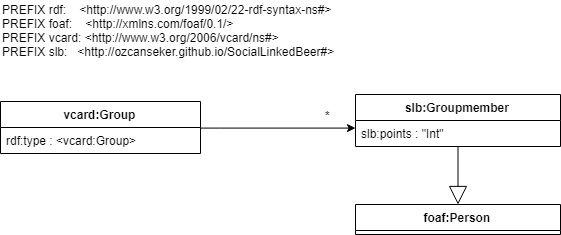
Earlier version of the draw.io export docs/images/groupindexchecking.png (ozcanseker/Social-linked-beer). Source tidied: cells renumbered, new cells last; positions are measured from the earlier drawing's top-left corner, leaving out a move shared by most shapes.
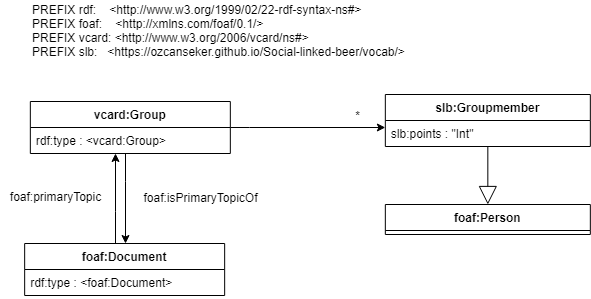
After the commit.

The edit, as a diff of the source:
```diff
@@ -2,37 +2,65 @@
   <root>
     <mxCell id="0" />
     <mxCell id="1" parent="0" />
-    <mxCell id="2" value="PREFIX rdf:&amp;nbsp; &amp;nbsp; &amp;lt;http://www.w3.org/1999/02/22-rdf-syntax-ns#&amp;gt; &lt;br&gt;PREFIX foaf:&amp;nbsp; &amp;nbsp; &amp;lt;http://xmlns.com/foaf/0.1/&amp;gt;&amp;nbsp;&lt;br&gt;PREFIX vcard: &amp;lt;http://www.w3.org/2006/vcard/ns#&amp;gt;&lt;br&gt;PREFIX slb:&amp;nbsp; &amp;nbsp;&amp;lt;http://ozcanseker.github.io/SocialLinkedBeer#&amp;gt;" style="text;html=1;align=left;verticalAlign=middle;" parent="1" vertex="1">
-      <mxGeometry width="350" height="60" as="geometry" />
+    <mxCell id="2" value="PREFIX rdf:&amp;nbsp; &amp;nbsp; &amp;lt;http://www.w3.org/1999/02/22-rdf-syntax-ns#&amp;gt; &lt;br&gt;PREFIX foaf:&amp;nbsp; &amp;nbsp; &amp;lt;http://xmlns.com/foaf/0.1/&amp;gt;&amp;nbsp;&lt;br&gt;PREFIX vcard: &amp;lt;http://www.w3.org/2006/vcard/ns#&amp;gt;&lt;br&gt;PREFIX slb:&amp;nbsp; &amp;nbsp;&amp;lt;https://ozcanseker.github.io/Social-linked-beer/vocab/&amp;gt;" style="text;html=1;align=left;verticalAlign=middle;" parent="1" vertex="1">
+      <mxGeometry x="-45.2" y="-46" width="390" height="60" as="geometry" />
     </mxCell>
-    <mxCell id="3" style="edgeStyle=orthogonalEdgeStyle;rounded=0;jettySize=auto;html=1;" parent="1" edge="1" source="4" target="8">
+    <mxCell id="3" style="edgeStyle=orthogonalEdgeStyle;rounded=0;jettySize=auto;html=1;" parent="1" edge="1" source="5" target="9">
       <mxGeometry relative="1" as="geometry">
         <Array as="points">
-          <mxPoint x="220" y="127" />
-          <mxPoint x="220" y="127" />
+          <mxPoint x="174.8" y="81" />
+          <mxPoint x="174.8" y="81" />
         </Array>
       </mxGeometry>
     </mxCell>
-    <mxCell id="4" value="vcard:Group" style="swimlane;fontStyle=1;align=center;verticalAlign=top;horizontal=1;startSize=26;" parent="1" vertex="1">
-      <mxGeometry y="101" width="200" height="52" as="geometry" />
+    <mxCell id="4" style="edgeStyle=orthogonalEdgeStyle;rounded=0;jettySize=auto;html=1;" parent="1" edge="1" source="5" target="13">
+      <mxGeometry relative="1" as="geometry">
+        <Array as="points">
+          <mxPoint x="49" y="134" />
+          <mxPoint x="49" y="134" />
+        </Array>
+      </mxGeometry>
     </mxCell>
-    <mxCell id="5" value="rdf:type : &lt;vcard:Group&gt; &#10; " style="text;strokeColor=none;fillColor=none;align=left;verticalAlign=top;spacingLeft=4;spacingRight=4;overflow=hidden;points=[[0,0.5],[1,0.5]];portConstraint=eastwest;" parent="4" vertex="1">
-      <mxGeometry y="26" width="200" height="26" as="geometry" />
+    <mxCell id="5" value="vcard:Group" style="swimlane;fontStyle=1;align=center;verticalAlign=top;horizontal=1;startSize=26;" parent="1" vertex="1">
+      <mxGeometry x="-45.2" y="55" width="200" height="52" as="geometry" />
     </mxCell>
-    <mxCell id="6" value="foaf:Person" style="swimlane;fontStyle=1;align=center;verticalAlign=top;horizontal=1;startSize=26;" parent="1" vertex="1">
-      <mxGeometry x="355" y="204" width="205" height="30" as="geometry" />
+    <mxCell id="6" value="rdf:type : &lt;vcard:Group&gt; &#10; " style="text;strokeColor=none;fillColor=none;align=left;verticalAlign=top;spacingLeft=4;spacingRight=4;overflow=hidden;points=[[0,0.5],[1,0.5]];portConstraint=eastwest;" parent="5" vertex="1">
+      <mxGeometry y="26" width="200" height="26" as="geometry" />
     </mxCell>
-    <mxCell id="7" value="*" style="text;html=1;align=center;verticalAlign=middle;points=[];" parent="1" vertex="1">
-      <mxGeometry x="317.3" y="105" width="20" height="20" as="geometry" />
+    <mxCell id="7" value="foaf:Person" style="swimlane;fontStyle=1;align=center;verticalAlign=top;horizontal=1;startSize=26;" parent="1" vertex="1">
+      <mxGeometry x="309.8" y="158" width="205" height="30" as="geometry" />
     </mxCell>
-    <mxCell id="8" value="slb:Groupmember" style="swimlane;fontStyle=1;align=center;verticalAlign=top;horizontal=1;startSize=26;" parent="1" vertex="1">
-      <mxGeometry x="355" y="94" width="205" height="52" as="geometry" />
+    <mxCell id="8" value="*" style="text;html=1;align=center;verticalAlign=middle;points=[];" parent="1" vertex="1">
+      <mxGeometry x="272.2" y="59" width="20" height="20" as="geometry" />
     </mxCell>
-    <mxCell id="9" value="slb:points : &quot;Int&quot; &#10; " style="text;strokeColor=none;fillColor=none;align=left;verticalAlign=top;spacingLeft=4;spacingRight=4;overflow=hidden;points=[[0,0.5],[1,0.5]];portConstraint=eastwest;" parent="8" vertex="1">
-      <mxGeometry y="26" width="205" height="26" as="geometry" />
+    <mxCell id="9" value="slb:Groupmember" style="swimlane;fontStyle=1;align=center;verticalAlign=top;horizontal=1;startSize=26;" parent="1" vertex="1">
+      <mxGeometry x="309.8" y="48" width="205" height="52" as="geometry" />
     </mxCell>
-    <mxCell id="10" style="endArrow=block;endSize=16;endFill=0;html=1;targetPerimeterSpacing=16;sourcePerimeterSpacing=0;entryX=0.5;entryY=0;entryDx=0;entryDy=0;startSize=0;" parent="1" edge="1" source="8" target="6">
-      <mxGeometry relative="1" as="geometry" />
+    <mxCell id="10" value="slb:points : &quot;Int&quot; &#10; " style="text;strokeColor=none;fillColor=none;align=left;verticalAlign=top;spacingLeft=4;spacingRight=4;overflow=hidden;" parent="9" vertex="1">
+      <mxGeometry y="26" width="205" height="26" as="geometry" />
     </mxCell>
+    <mxCell id="11" style="endArrow=block;endSize=16;endFill=0;html=1;targetPerimeterSpacing=16;sourcePerimeterSpacing=0;entryX=0.5;entryY=0;entryDx=0;entryDy=0;startSize=0;" parent="1" edge="1" source="9" target="7">
+      <mxGeometry relative="1" as="geometry" />
+    </mxCell>
+    <mxCell id="12" style="edgeStyle=orthogonalEdgeStyle;rounded=0;jettySize=auto;html=1;" parent="1" edge="1" source="13" target="6">
+      <mxGeometry relative="1" as="geometry">
+        <Array as="points">
+          <mxPoint x="40" y="164" />
+          <mxPoint x="40" y="164" />
+        </Array>
+      </mxGeometry>
+    </mxCell>
+    <mxCell id="13" value="foaf:Document" style="swimlane;fontStyle=1;align=center;verticalAlign=top;horizontal=1;startSize=26;" parent="1" vertex="1">
+      <mxGeometry x="-50.8" y="197" width="200" height="52" as="geometry" />
+    </mxCell>
+    <mxCell id="14" value="rdf:type : &lt;foaf:Document&gt; &#10; " style="text;strokeColor=none;fillColor=none;align=left;verticalAlign=top;spacingLeft=4;spacingRight=4;overflow=hidden;" parent="13" vertex="1">
+      <mxGeometry y="26" width="200" height="26" as="geometry" />
+    </mxCell>
+    <mxCell id="15" value="foaf:primaryTopic" style="text;html=1;align=center;verticalAlign=middle;" parent="1" vertex="1">
+      <mxGeometry x="-75" y="140" width="110" height="20" as="geometry" />
+    </mxCell>
+    <mxCell id="16" value="foaf:isPrimaryTopicOf" style="text;html=1;align=center;verticalAlign=middle;" parent="1" vertex="1">
+      <mxGeometry x="60" y="141" width="130" height="20" as="geometry" />
+    </mxCell>
   </root>
 </mxGraphModel>
```
